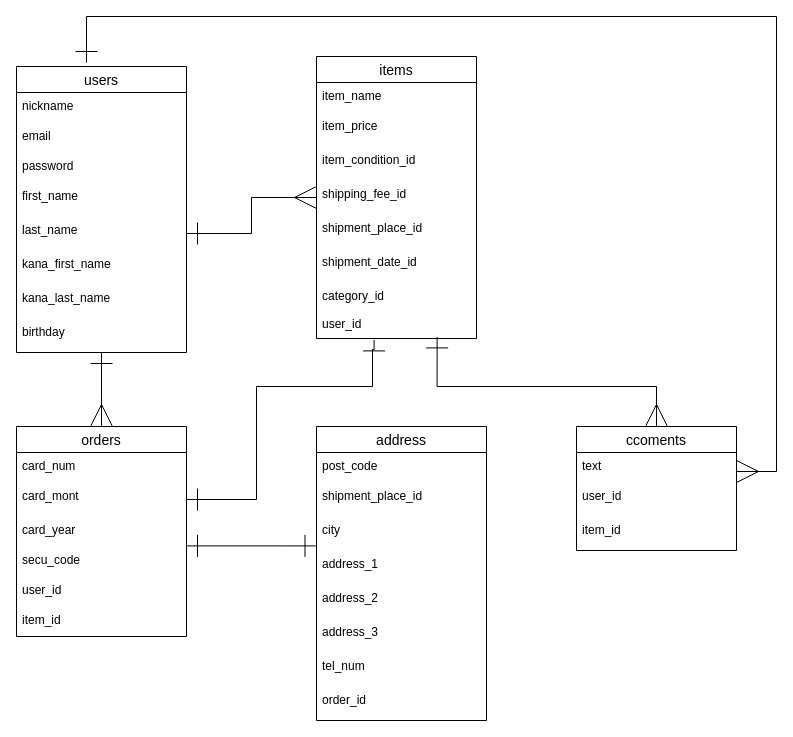
yamamo1984/furima-32901 keeps this draw.io diagram as furima_db.dio. Above is the earlier version. Source tidied: cells renumbered, new cells numbered last; positions are measured from the earlier drawing's top-left corner, leaving out a move shared by most shapes. Both pictures are drawn from the tidied source at 100%, with x=0, y=0 at pixel (16, 16).
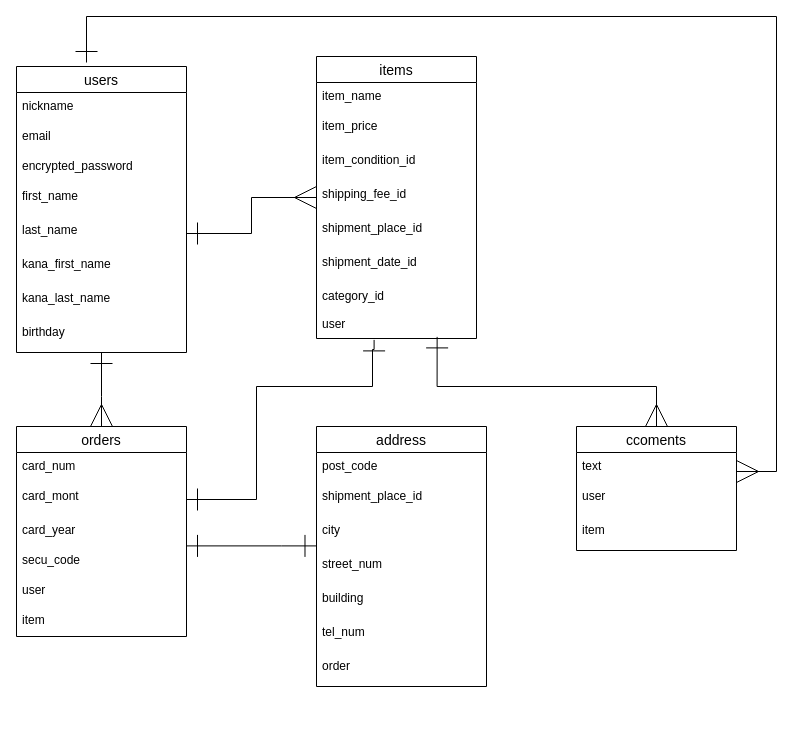
The same diagram, later.

Unchanged cells that the change refers to:
```xml
<mxCell id="3" value="users" style="swimlane;fontStyle=0;horizontal=1;startSize=26;align=center;fontSize=14;" parent="1" vertex="1">
  <mxGeometry y="50" width="170" height="286" as="geometry" />
</mxCell>
<mxCell id="12" value="items" style="swimlane;fontStyle=0;horizontal=1;startSize=26;align=center;fontSize=14;" parent="1" vertex="1">
  <mxGeometry x="300" y="40" width="160" height="282" as="geometry" />
</mxCell>
<mxCell id="22" value="orders" style="swimlane;fontStyle=0;horizontal=1;startSize=26;align=center;fontSize=14;" parent="1" vertex="1">
  <mxGeometry y="410" width="170" height="210" as="geometry" />
</mxCell>
<mxCell id="42" value="ccoments" style="swimlane;fontStyle=0;horizontal=1;startSize=26;align=center;fontSize=14;" parent="1" vertex="1">
  <mxGeometry x="560" y="410" width="160" height="124" as="geometry" />
</mxCell>
```

The edit, as a diff of the source:
```diff
@@
-    <mxCell id="6" value="password" style="text;strokeColor=none;fillColor=none;spacingLeft=4;spacingRight=4;overflow=hidden;fontSize=12;" parent="3" vertex="1">
+    <mxCell id="6" value="encrypted_password" style="text;strokeColor=none;fillColor=none;spacingLeft=4;spacingRight=4;overflow=hidden;fontSize=12;" parent="3" vertex="1">
       <mxGeometry y="86" width="170" height="30" as="geometry" />
     </mxCell>
@@
-    <mxCell id="20" value="user_id" style="text;strokeColor=none;fillColor=none;spacingLeft=4;spacingRight=4;overflow=hidden;points=[[0,0.5],[1,0.5]];portConstraint=eastwest;fontSize=12;" parent="12" vertex="1">
+    <mxCell id="20" value="user" style="text;strokeColor=none;fillColor=none;spacingLeft=4;spacingRight=4;overflow=hidden;points=[[0,0.5],[1,0.5]];portConstraint=eastwest;fontSize=12;" parent="12" vertex="1">
       <mxGeometry y="254" width="160" height="28" as="geometry" />
     </mxCell>
@@
-    <mxCell id="27" value="user_id" style="text;strokeColor=none;fillColor=none;spacingLeft=4;spacingRight=4;overflow=hidden;fontSize=12;" parent="22" vertex="1">
+    <mxCell id="27" value="user" style="text;strokeColor=none;fillColor=none;spacingLeft=4;spacingRight=4;overflow=hidden;fontSize=12;" parent="22" vertex="1">
       <mxGeometry y="150" width="170" height="30" as="geometry" />
     </mxCell>
-    <mxCell id="28" value="item_id" style="text;strokeColor=none;fillColor=none;spacingLeft=4;spacingRight=4;overflow=hidden;fontSize=12;" parent="22" vertex="1">
+    <mxCell id="28" value="item" style="text;strokeColor=none;fillColor=none;spacingLeft=4;spacingRight=4;overflow=hidden;fontSize=12;" parent="22" vertex="1">
       <mxGeometry y="180" width="170" height="30" as="geometry" />
     </mxCell>
     <mxCell id="29" value="address" style="swimlane;fontStyle=0;horizontal=1;startSize=26;align=center;fontSize=14;" parent="1" vertex="1">
-      <mxGeometry x="300" y="410" width="170" height="294" as="geometry" />
+      <mxGeometry x="300" y="410" width="170" height="260" as="geometry" />
     </mxCell>
@@
-    <mxCell id="33" value="address_1" style="text;strokeColor=none;fillColor=none;spacingLeft=4;spacingRight=4;overflow=hidden;points=[[0,0.5],[1,0.5]];portConstraint=eastwest;fontSize=12;" parent="29" vertex="1">
+    <mxCell id="33" value="street_num" style="text;strokeColor=none;fillColor=none;spacingLeft=4;spacingRight=4;overflow=hidden;points=[[0,0.5],[1,0.5]];portConstraint=eastwest;fontSize=12;" parent="29" vertex="1">
       <mxGeometry y="124" width="170" height="34" as="geometry" />
     </mxCell>
-    <mxCell id="34" value="address_2" style="text;strokeColor=none;fillColor=none;spacingLeft=4;spacingRight=4;overflow=hidden;fontSize=12;" parent="29" vertex="1">
+    <mxCell id="34" value="building" style="text;strokeColor=none;fillColor=none;spacingLeft=4;spacingRight=4;overflow=hidden;fontSize=12;" parent="29" vertex="1">
       <mxGeometry y="158" width="170" height="34" as="geometry" />
     </mxCell>
-    <mxCell id="35" value="address_3" style="text;strokeColor=none;fillColor=none;spacingLeft=4;spacingRight=4;overflow=hidden;fontSize=12;" parent="29" vertex="1">
-      <mxGeometry y="192" width="170" height="34" as="geometry" />
-    </mxCell>
     <mxCell id="36" value="tel_num" style="text;strokeColor=none;fillColor=none;spacingLeft=4;spacingRight=4;overflow=hidden;fontSize=12;" parent="29" vertex="1">
-      <mxGeometry y="226" width="170" height="34" as="geometry" />
+      <mxGeometry y="192" width="170" height="34" as="geometry" />
     </mxCell>
-    <mxCell id="37" value="order_id" style="text;strokeColor=none;fillColor=none;spacingLeft=4;spacingRight=4;overflow=hidden;fontSize=12;" parent="29" vertex="1">
-      <mxGeometry y="260" width="170" height="34" as="geometry" />
+    <mxCell id="37" value="order" style="text;strokeColor=none;fillColor=none;spacingLeft=4;spacingRight=4;overflow=hidden;fontSize=12;" parent="29" vertex="1">
+      <mxGeometry y="226" width="170" height="34" as="geometry" />
     </mxCell>
@@
-    <mxCell id="44" value="user_id" style="text;strokeColor=none;fillColor=none;spacingLeft=4;spacingRight=4;overflow=hidden;fontSize=12;" parent="42" vertex="1">
+    <mxCell id="44" value="user" style="text;strokeColor=none;fillColor=none;spacingLeft=4;spacingRight=4;overflow=hidden;fontSize=12;" parent="42" vertex="1">
       <mxGeometry y="56" width="160" height="34" as="geometry" />
     </mxCell>
-    <mxCell id="45" value="item_id" style="text;strokeColor=none;fillColor=none;spacingLeft=4;spacingRight=4;overflow=hidden;fontSize=12;" parent="42" vertex="1">
+    <mxCell id="45" value="item" style="text;strokeColor=none;fillColor=none;spacingLeft=4;spacingRight=4;overflow=hidden;fontSize=12;" parent="42" vertex="1">
       <mxGeometry y="90" width="160" height="34" as="geometry" />
     </mxCell>
```
